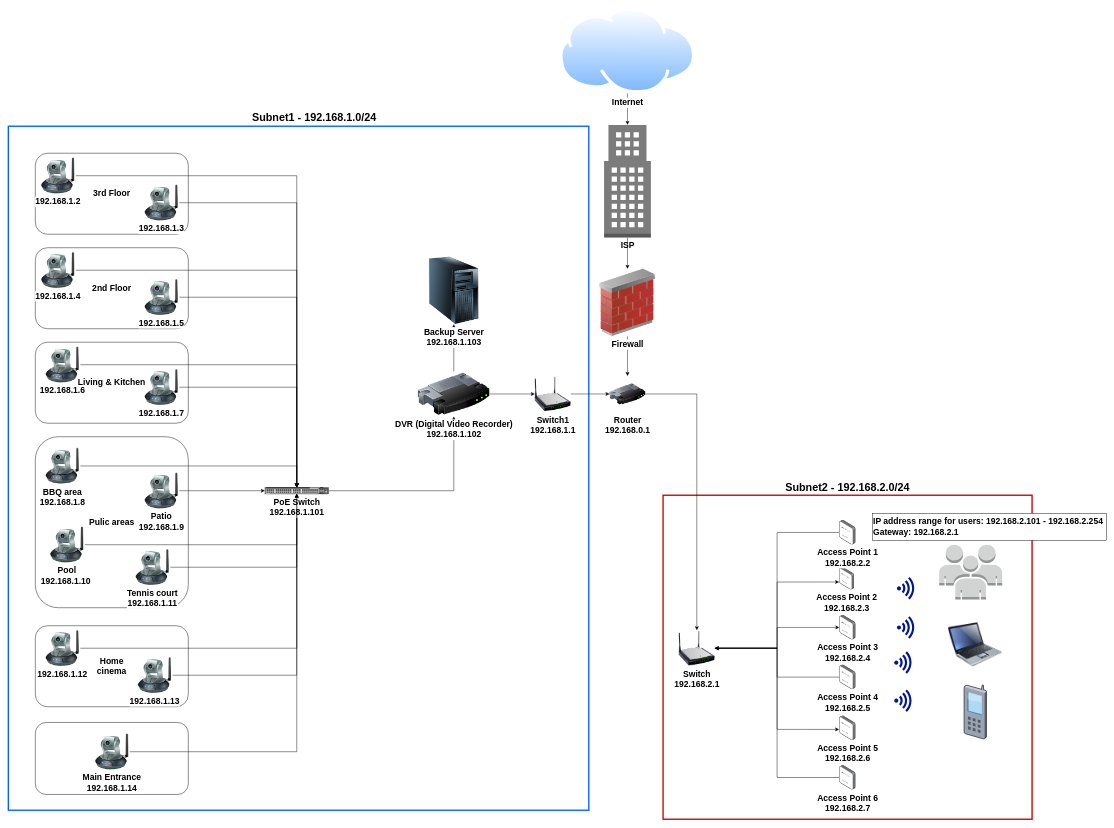
This is Tutorial4.drawio from tamir-cqu/diagrams, a draw.io file, before an edit. Source tidied: cells renumbered, new cells numbered last; positions are measured from the earlier drawing's top-left corner, leaving out a move shared by most shapes. Both pictures are drawn from the tidied source at 45%, with x=0, y=0 at pixel (8, 8).
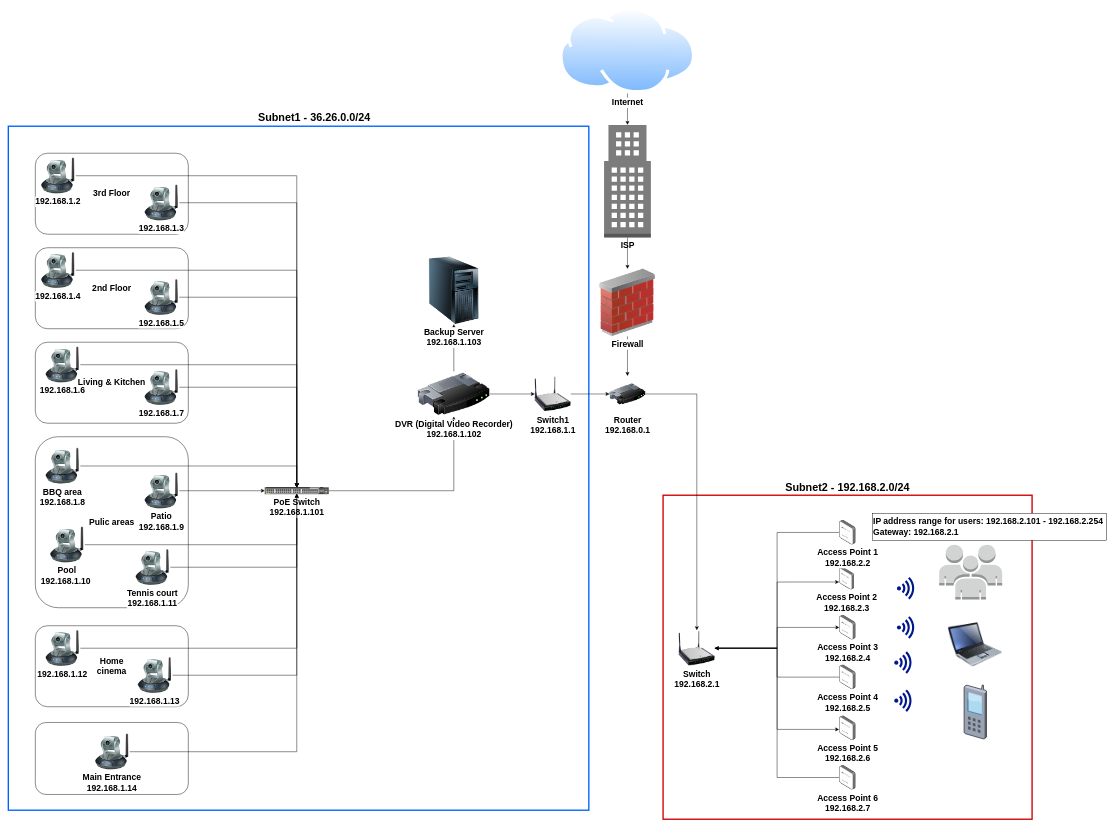
The same diagram, later.

Diff of the diagram source:
```diff
@@
-    <mxCell id="61" value="&lt;p class=&quot;MsoNormal&quot; style=&quot;font-size: 24px;&quot;&gt;Subnet1 - 192.168.1.0/24&lt;/p&gt;" style="text;html=1;strokeColor=none;fillColor=none;align=center;verticalAlign=middle;whiteSpace=wrap;rounded=0;fontSize=24;fontStyle=1;" parent="1" vertex="1">
+    <mxCell id="61" value="&lt;p class=&quot;MsoNormal&quot; style=&quot;font-size: 24px;&quot;&gt;Subnet1 - 36.26.0.0/24&lt;/p&gt;" style="text;html=1;strokeColor=none;fillColor=none;align=center;verticalAlign=middle;whiteSpace=wrap;rounded=0;fontSize=24;fontStyle=1;" parent="1" vertex="1">
       <mxGeometry x="510" y="230" width="340" height="30" as="geometry" />
     </mxCell>
```
